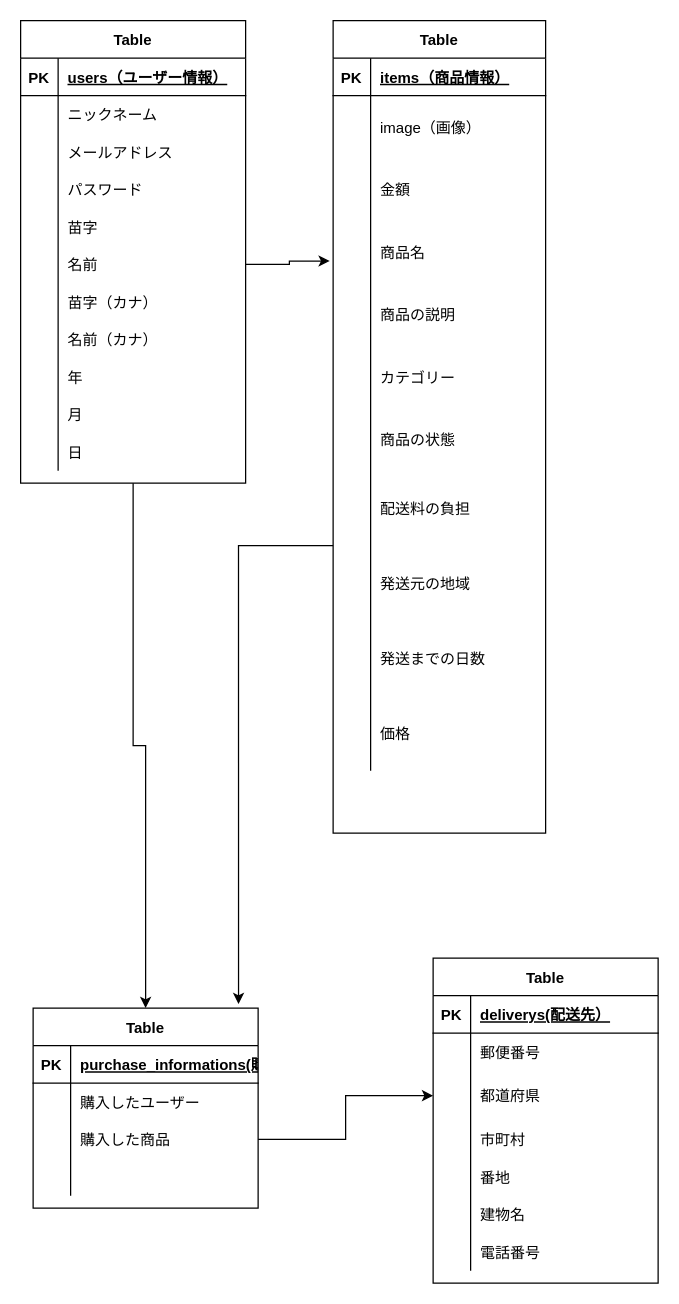
Above: test.dio in yutaka-sannomiya/furima-33862 (draw.io), before the change. Source tidied: cells renumbered, new cells numbered last; positions are measured from the earlier drawing's top-left corner, leaving out a move shared by most shapes. Both pictures are drawn from the tidied source at 125%, with x=0, y=0 at pixel (20, 20).
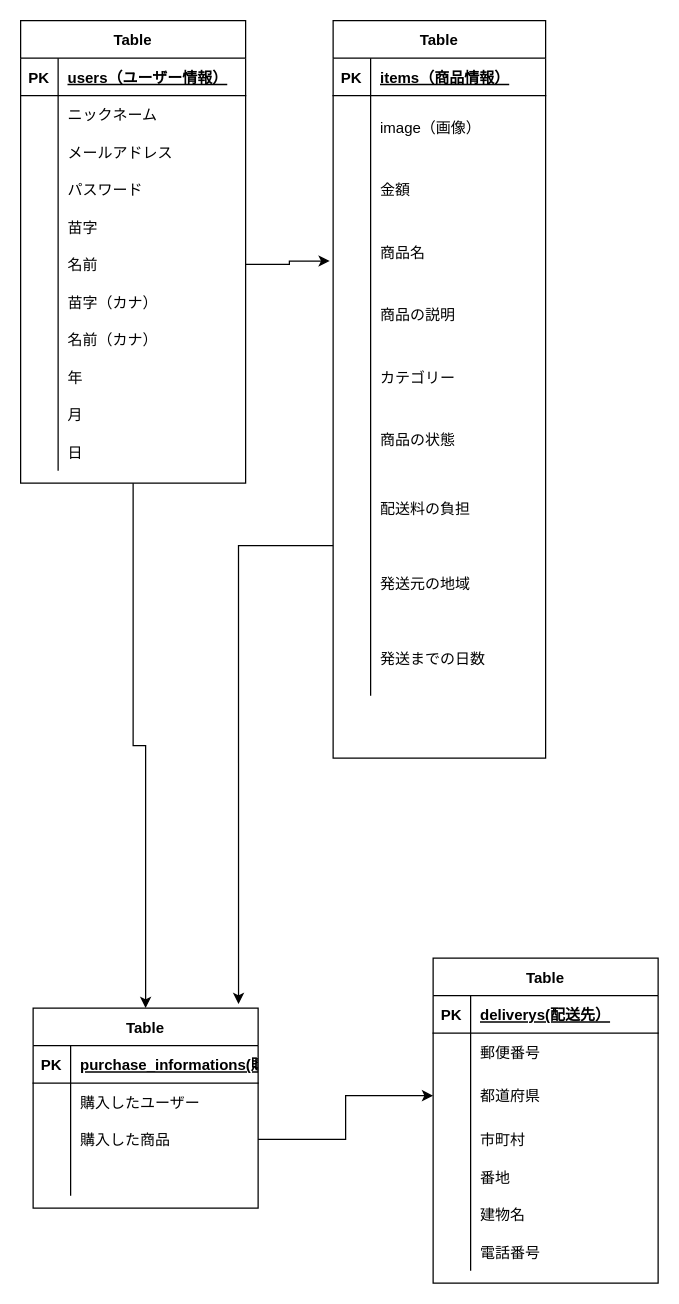
The same page after the edit.

Commit message (it also covers changes not shown here):
プルリクエスト５

What changed in the source:
```diff
@@
     <mxCell id="3" value="Table" style="shape=table;startSize=30;childLayout=tableLayout;rowLines=0;fontStyle=1;align=center;" parent="1" vertex="1">
-      <mxGeometry x="250" width="170" height="650" as="geometry" />
+      <mxGeometry x="250" width="170" height="590" as="geometry" />
     </mxCell>
@@
-    <mxCell id="34" style="shape=partialRectangle;fillColor=none;top=0;left=0;bottom=0;right=0;" parent="3" vertex="1">
-      <mxGeometry y="540" width="170" height="60" as="geometry" />
-    </mxCell>
-    <mxCell id="35" style="shape=partialRectangle;fillColor=none;top=0;left=0;bottom=0;right=0;overflow=hidden;" parent="34" vertex="1">
-      <mxGeometry width="30" height="60" as="geometry" />
-    </mxCell>
-    <mxCell id="36" value="価格" style="shape=partialRectangle;fillColor=none;top=0;left=0;bottom=0;right=0;align=left;spacingLeft=6;overflow=hidden;" parent="34" vertex="1">
-      <mxGeometry x="30" width="140" height="60" as="geometry" />
-    </mxCell>
```
